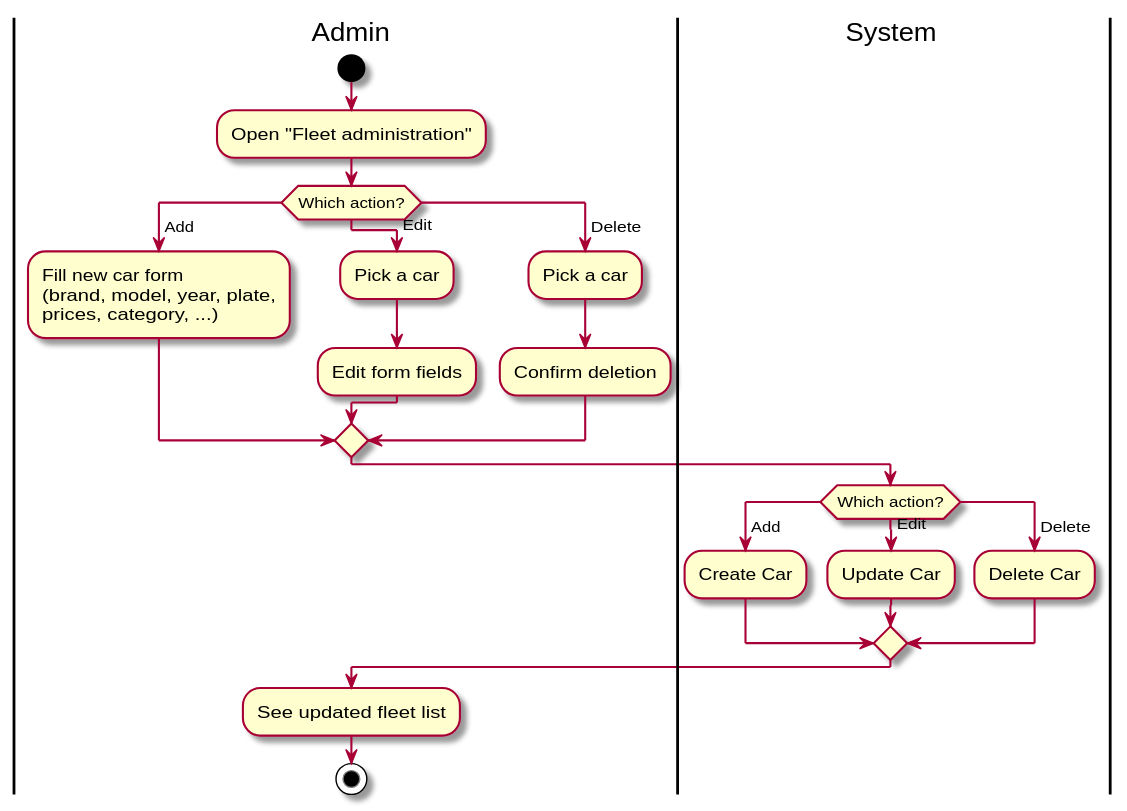
The PlantUML diagram docs/diagrams/activity-manage-fleet.svg in DavidMagyarics/CarRentalVSB, before a commit.
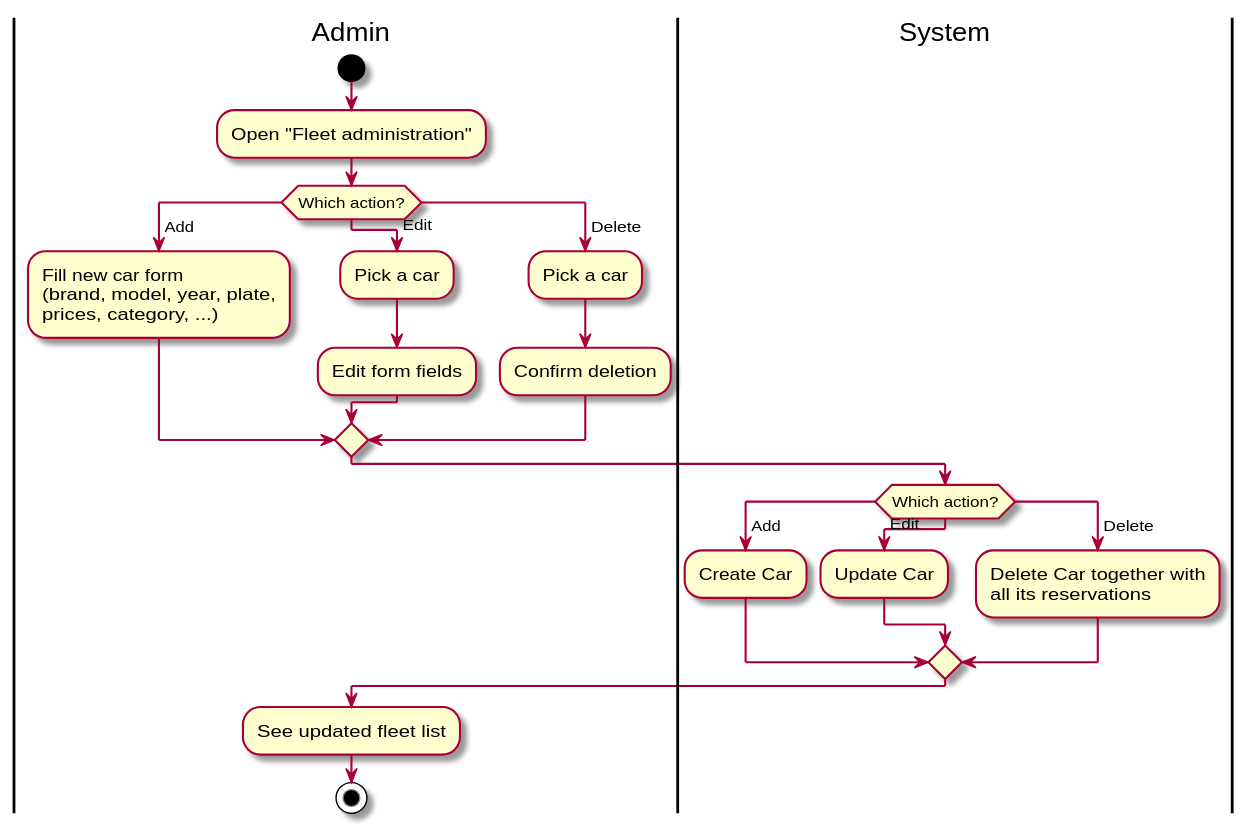
Later version of the same file.

The edit, as a diff of the source:
```diff
@@ -23,7 +23,7 @@
 case ( Edit )
   :Update Car;
 case ( Delete )
-  :Delete Car;
+  :Delete Car together with\nall its reservations;
 endswitch
 
 |Admin|
```
